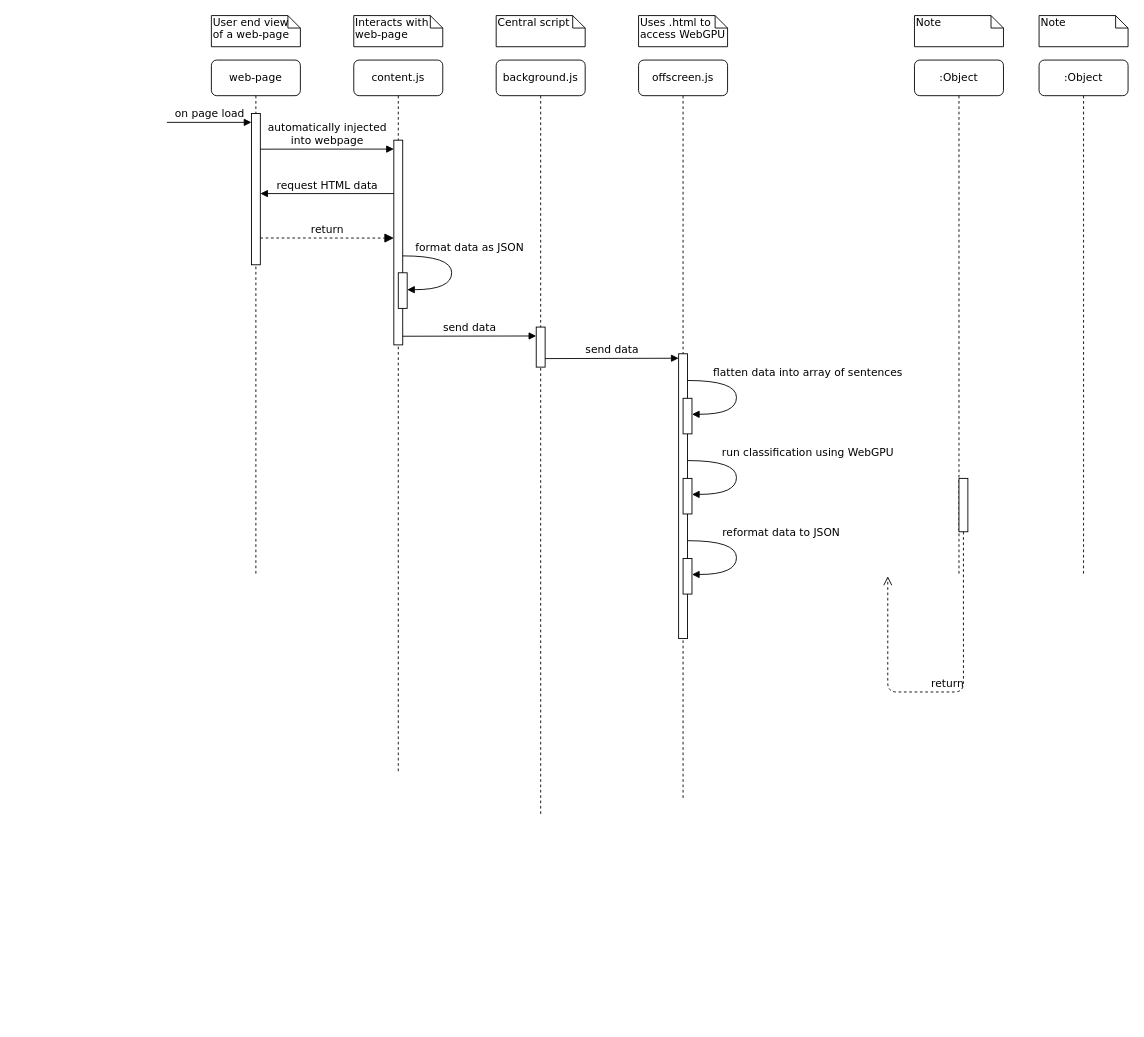
Before: diagrams/PyroBlockerSequence.drawio in 3cho11/PyroBlocker, a draw.io diagram. Source tidied: cells renumbered, new cells numbered last; positions are measured from the earlier drawing's top-left corner, leaving out a move shared by most shapes. Both pictures are drawn from the tidied source at 89%, with x=0, y=0 at pixel (166, 15).
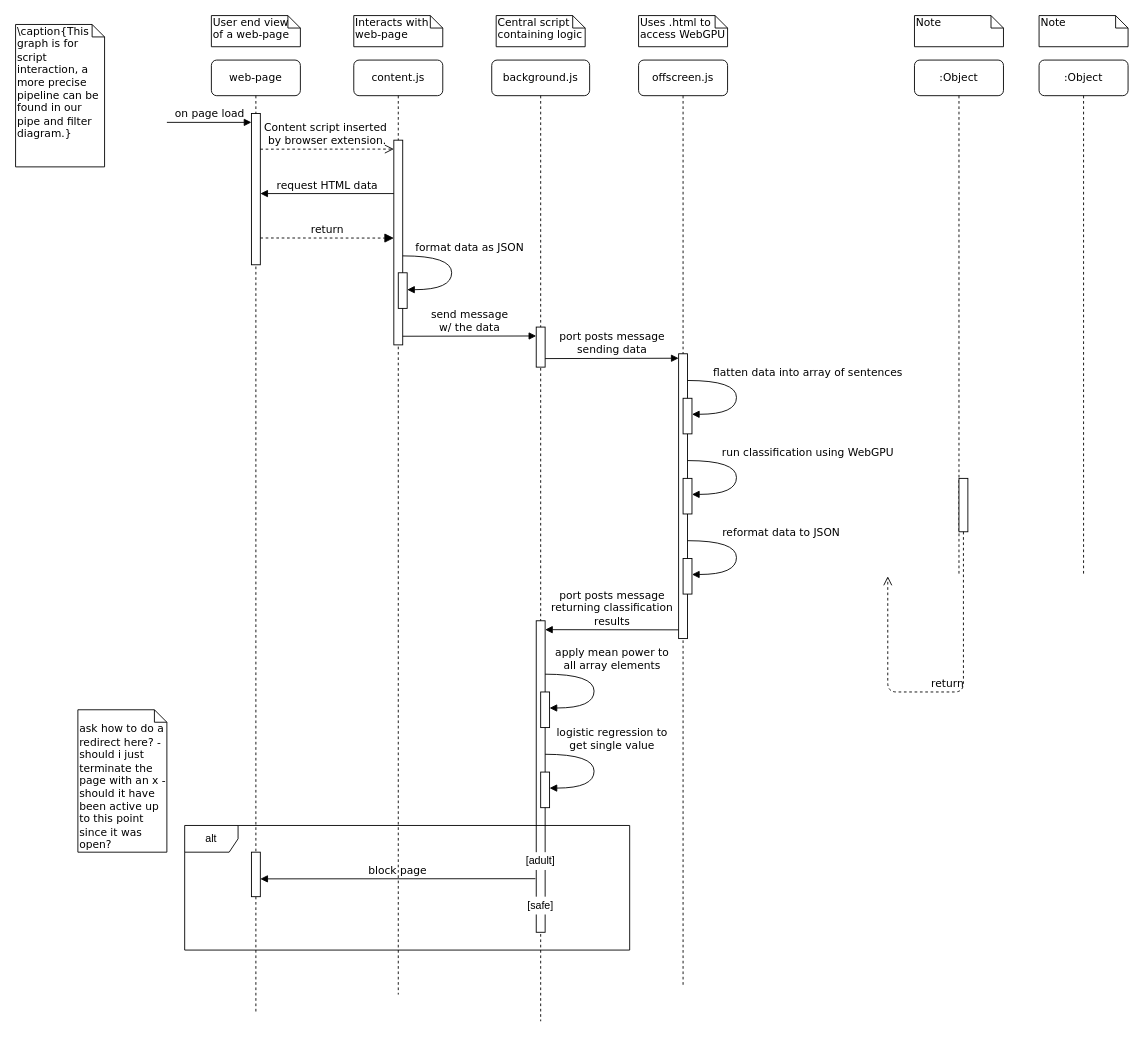
The same page after the edit.

Change to the diagram source:
```diff
@@
     <mxCell id="2" value="background.js" style="shape=umlLifeline;perimeter=lifelinePerimeter;whiteSpace=wrap;html=1;rounded=1;shadow=0;comic=0;labelBackgroundColor=none;strokeWidth=1;fontFamily=Verdana;fontSize=12;align=center;" parent="1" vertex="1">
-      <mxGeometry x="370" y="50" width="100" height="850" as="geometry" />
+      <mxGeometry x="365" y="50" width="110" height="1080" as="geometry" />
     </mxCell>
     <mxCell id="3" style="html=1;perimeter=orthogonalPerimeter;rounded=0;shadow=0;comic=0;labelBackgroundColor=none;strokeWidth=1;fontFamily=Verdana;fontSize=12;align=center;" parent="2" vertex="1">
-      <mxGeometry x="45" y="300" width="10" height="45" as="geometry" />
+      <mxGeometry x="50" y="300" width="10" height="45" as="geometry" />
     </mxCell>
-    <mxCell id="4" value="send data" style="html=1;verticalAlign=bottom;endArrow=block;entryX=0;entryY=0;labelBackgroundColor=none;fontFamily=Verdana;fontSize=12;edgeStyle=elbowEdgeStyle;elbow=vertical;" parent="2" edge="1">
-      <mxGeometry relative="1" as="geometry">
-        <mxPoint x="55" y="335.4" as="sourcePoint" />
-        <mxPoint x="205" y="335.3" as="targetPoint" />
-      </mxGeometry>
-    </mxCell>
+    <mxCell id="34" style="html=1;points=[];perimeter=orthogonalPerimeter;rounded=0;shadow=0;comic=0;labelBackgroundColor=none;strokeWidth=1;fontFamily=Verdana;fontSize=12;align=center;" parent="2" vertex="1">
+      <mxGeometry x="50" y="630" width="10" height="350" as="geometry" />
+    </mxCell>
+    <mxCell id="35" style="html=1;perimeter=orthogonalPerimeter;rounded=0;shadow=0;comic=0;labelBackgroundColor=none;strokeWidth=1;fontFamily=Verdana;fontSize=12;align=center;" parent="2" vertex="1">
+      <mxGeometry x="55" y="710" width="10" height="40" as="geometry" />
+    </mxCell>
+    <mxCell id="36" value="apply mean power to&lt;br&gt;all array elements" style="html=1;verticalAlign=bottom;endArrow=block;labelBackgroundColor=none;fontFamily=Verdana;fontSize=12;elbow=vertical;edgeStyle=orthogonalEdgeStyle;curved=1;entryX=1;entryY=0.286;entryPerimeter=0;exitX=1.038;exitY=0.345;exitPerimeter=0;" parent="2" edge="1">
+      <mxGeometry x="-0.23" y="20" relative="1" as="geometry">
+        <mxPoint x="60" y="690" as="sourcePoint" />
+        <mxPoint x="65" y="728" as="targetPoint" />
+        <Array as="points">
+          <mxPoint x="115" y="690" />
+          <mxPoint x="115" y="728" />
+        </Array>
+      </mxGeometry>
+    </mxCell>
+    <mxCell id="37" style="html=1;perimeter=orthogonalPerimeter;rounded=0;shadow=0;comic=0;labelBackgroundColor=none;strokeWidth=1;fontFamily=Verdana;fontSize=12;align=center;" parent="2" vertex="1">
+      <mxGeometry x="55" y="800" width="10" height="40" as="geometry" />
+    </mxCell>
+    <mxCell id="38" value="logistic regression to &lt;br&gt;get single value" style="html=1;verticalAlign=bottom;endArrow=block;labelBackgroundColor=none;fontFamily=Verdana;fontSize=12;elbow=vertical;edgeStyle=orthogonalEdgeStyle;curved=1;entryX=1;entryY=0.286;entryPerimeter=0;exitX=1.038;exitY=0.345;exitPerimeter=0;" parent="2" edge="1">
+      <mxGeometry x="-0.23" y="20" relative="1" as="geometry">
+        <mxPoint x="60" y="780" as="sourcePoint" />
+        <mxPoint x="65" y="818" as="targetPoint" />
+        <Array as="points">
+          <mxPoint x="115" y="780" />
+          <mxPoint x="115" y="818" />
+        </Array>
+      </mxGeometry>
+    </mxCell>
+    <mxCell id="39" value="[adult]" style="rounded=0;whiteSpace=wrap;html=1;strokeColor=none;" parent="2" vertex="1">
+      <mxGeometry x="30" y="890" width="50" height="20" as="geometry" />
+    </mxCell>
     <mxCell id="5" value="offscreen.js" style="shape=umlLifeline;perimeter=lifelinePerimeter;whiteSpace=wrap;html=1;rounded=1;shadow=0;comic=0;labelBackgroundColor=none;strokeWidth=1;fontFamily=Verdana;fontSize=12;align=center;" parent="1" vertex="1">
-      <mxGeometry x="530" y="50" width="100" height="830" as="geometry" />
+      <mxGeometry x="530" y="50" width="100" height="1040" as="geometry" />
     </mxCell>
@@
+    <mxCell id="4" value="port posts message&lt;br&gt;sending data" style="html=1;verticalAlign=bottom;endArrow=block;entryX=0;entryY=0;labelBackgroundColor=none;fontFamily=Verdana;fontSize=12;edgeStyle=elbowEdgeStyle;elbow=vertical;" parent="5" edge="1">
+      <mxGeometry relative="1" as="geometry">
+        <mxPoint x="-105" y="335.4" as="sourcePoint" />
+        <mxPoint x="45" y="335.3" as="targetPoint" />
+      </mxGeometry>
+    </mxCell>
     <mxCell id="13" value="web-page" style="shape=umlLifeline;perimeter=lifelinePerimeter;whiteSpace=wrap;html=1;rounded=1;shadow=0;comic=0;labelBackgroundColor=none;strokeWidth=1;fontFamily=Verdana;fontSize=12;align=center;" parent="1" vertex="1">
-      <mxGeometry x="50" y="50" width="100" height="580" as="geometry" />
+      <mxGeometry x="50" y="50" width="100" height="1070" as="geometry" />
     </mxCell>
@@
     <mxCell id="18" value="content.js" style="shape=umlLifeline;perimeter=lifelinePerimeter;whiteSpace=wrap;html=1;rounded=1;shadow=0;comic=0;labelBackgroundColor=none;strokeWidth=1;fontFamily=Verdana;fontSize=12;align=center;" parent="1" vertex="1">
-      <mxGeometry x="210" y="50" width="100" height="800" as="geometry" />
+      <mxGeometry x="210" y="50" width="100" height="1050" as="geometry" />
     </mxCell>
@@
-    <mxCell id="20" value="format data as JSON" style="html=1;verticalAlign=bottom;endArrow=block;labelBackgroundColor=none;fontFamily=Verdana;fontSize=12;elbow=vertical;edgeStyle=orthogonalEdgeStyle;curved=1;entryX=1;entryY=0.286;entryPerimeter=0;exitX=1.038;exitY=0.345;exitPerimeter=0;" parent="18" edge="1">
+    <mxCell id="20" value="&lt;br&gt;format data as JSON" style="html=1;verticalAlign=bottom;endArrow=block;labelBackgroundColor=none;fontFamily=Verdana;fontSize=12;elbow=vertical;edgeStyle=orthogonalEdgeStyle;curved=1;entryX=1;entryY=0.286;entryPerimeter=0;exitX=1.038;exitY=0.345;exitPerimeter=0;" parent="18" edge="1">
       <mxGeometry x="-0.23" y="-20" relative="1" as="geometry">
         <mxPoint x="55" y="220" as="sourcePoint" />
         <mxPoint x="60" y="258" as="targetPoint" />
         <Array as="points">
           <mxPoint x="110" y="220" />
           <mxPoint x="110" y="258" />
         </Array>
         <mxPoint x="40" as="offset" />
       </mxGeometry>
     </mxCell>
@@
-    <mxCell id="22" value="send data" style="html=1;verticalAlign=bottom;endArrow=block;entryX=0;entryY=0;labelBackgroundColor=none;fontFamily=Verdana;fontSize=12;edgeStyle=elbowEdgeStyle;elbow=vertical;" parent="18" edge="1">
+    <mxCell id="22" value="send message&lt;br&gt;w/ the data" style="html=1;verticalAlign=bottom;endArrow=block;entryX=0;entryY=0;labelBackgroundColor=none;fontFamily=Verdana;fontSize=12;edgeStyle=elbowEdgeStyle;elbow=vertical;" parent="18" edge="1">
       <mxGeometry relative="1" as="geometry">
         <mxPoint x="55" y="310.3" as="sourcePoint" />
         <mxPoint x="205" y="310.2" as="targetPoint" />
       </mxGeometry>
     </mxCell>
@@
-    <mxCell id="27" value="Central script" style="shape=note;whiteSpace=wrap;html=1;size=14;verticalAlign=top;align=left;spacingTop=-6;rounded=0;shadow=0;comic=0;labelBackgroundColor=none;strokeWidth=1;fontFamily=Verdana;fontSize=12;" parent="1" vertex="1">
+    <mxCell id="27" value="Central script&lt;br&gt;containing logic" style="shape=note;whiteSpace=wrap;html=1;size=14;verticalAlign=top;align=left;spacingTop=-6;rounded=0;shadow=0;comic=0;labelBackgroundColor=none;strokeWidth=1;fontFamily=Verdana;fontSize=12;" parent="1" vertex="1">
       <mxGeometry x="370" width="100" height="35" as="geometry" />
     </mxCell>
@@
-    <mxCell id="32" value="&lt;div&gt;automatically injected&lt;/div&gt;into webpage" style="html=1;verticalAlign=bottom;endArrow=block;entryX=0;entryY=0;labelBackgroundColor=none;fontFamily=Verdana;fontSize=12;edgeStyle=elbowEdgeStyle;elbow=vertical;" parent="1" edge="1">
+    <mxCell id="32" value="&lt;div&gt;Content script inserted&amp;nbsp;&lt;/div&gt;&lt;div&gt;by browser extension.&lt;br&gt;&lt;/div&gt;" style="html=1;verticalAlign=bottom;endArrow=open;entryX=0;entryY=0;labelBackgroundColor=none;fontFamily=Verdana;fontSize=12;edgeStyle=elbowEdgeStyle;elbow=vertical;dashed=1;endSize=8;endFill=0;" parent="1" edge="1">
       <mxGeometry relative="1" as="geometry">
         <mxPoint x="105" y="150.1" as="sourcePoint" />
         <mxPoint x="255" y="150" as="targetPoint" />
       </mxGeometry>
     </mxCell>
@@
+    <mxCell id="40" value="port posts message&lt;br&gt;returning classification&lt;br&gt;results" style="html=1;verticalAlign=bottom;endArrow=block;labelBackgroundColor=none;fontFamily=Verdana;fontSize=12;edgeStyle=elbowEdgeStyle;elbow=vertical;" parent="1" edge="1">
+      <mxGeometry relative="1" as="geometry">
+        <mxPoint x="575" y="690.2" as="sourcePoint" />
+        <mxPoint x="425" y="690.5" as="targetPoint" />
+      </mxGeometry>
+    </mxCell>
+    <mxCell id="41" value="\caption{This graph is for script interaction, a more precise pipeline can be found in our pipe and filter diagram.}" style="shape=note;whiteSpace=wrap;html=1;size=14;verticalAlign=top;align=left;spacingTop=-6;rounded=0;shadow=0;comic=0;labelBackgroundColor=none;strokeWidth=1;fontFamily=Verdana;fontSize=12;" parent="1" vertex="1">
+      <mxGeometry x="-170" y="10" width="100" height="160" as="geometry" />
+    </mxCell>
+    <mxCell id="42" value="alt" style="shape=umlFrame;whiteSpace=wrap;html=1;" parent="1" vertex="1">
+      <mxGeometry x="20" y="910" width="500" height="140" as="geometry" />
+    </mxCell>
+    <mxCell id="43" style="html=1;points=[[0,0,0,0,5],[0,1,0,0,-5],[1,0,0,0,5],[1,1,0,0,-5]];perimeter=orthogonalPerimeter;outlineConnect=0;targetShapes=umlLifeline;portConstraint=eastwest;newEdgeStyle={&quot;curved&quot;:0,&quot;rounded&quot;:0};" parent="1" vertex="1">
+      <mxGeometry x="95" y="940" width="10" height="50" as="geometry" />
+    </mxCell>
+    <mxCell id="44" value="block page" style="html=1;verticalAlign=bottom;endArrow=block;labelBackgroundColor=none;fontFamily=Verdana;fontSize=12;edgeStyle=elbowEdgeStyle;elbow=vertical;exitX=-0.09;exitY=0.828;exitDx=0;exitDy=0;exitPerimeter=0;" parent="1" edge="1" source="34" target="43">
+      <mxGeometry relative="1" as="geometry">
+        <Array as="points">
+          <mxPoint x="415" y="970" />
+        </Array>
+      </mxGeometry>
+    </mxCell>
+    <mxCell id="45" value="[safe]" style="rounded=0;whiteSpace=wrap;html=1;strokeColor=none;" parent="1" vertex="1">
+      <mxGeometry x="395" y="990" width="50" height="20" as="geometry" />
+    </mxCell>
+    <mxCell id="46" value="&lt;br&gt;ask how to do a redirect here? - should i just terminate the page with an x - should it have been active up to this point since it was open?" style="shape=note;whiteSpace=wrap;html=1;size=14;verticalAlign=top;align=left;spacingTop=-6;rounded=0;shadow=0;comic=0;labelBackgroundColor=none;strokeWidth=1;fontFamily=Verdana;fontSize=12;" parent="1" vertex="1">
+      <mxGeometry x="-100" y="780" width="100" height="160" as="geometry" />
+    </mxCell>
```
